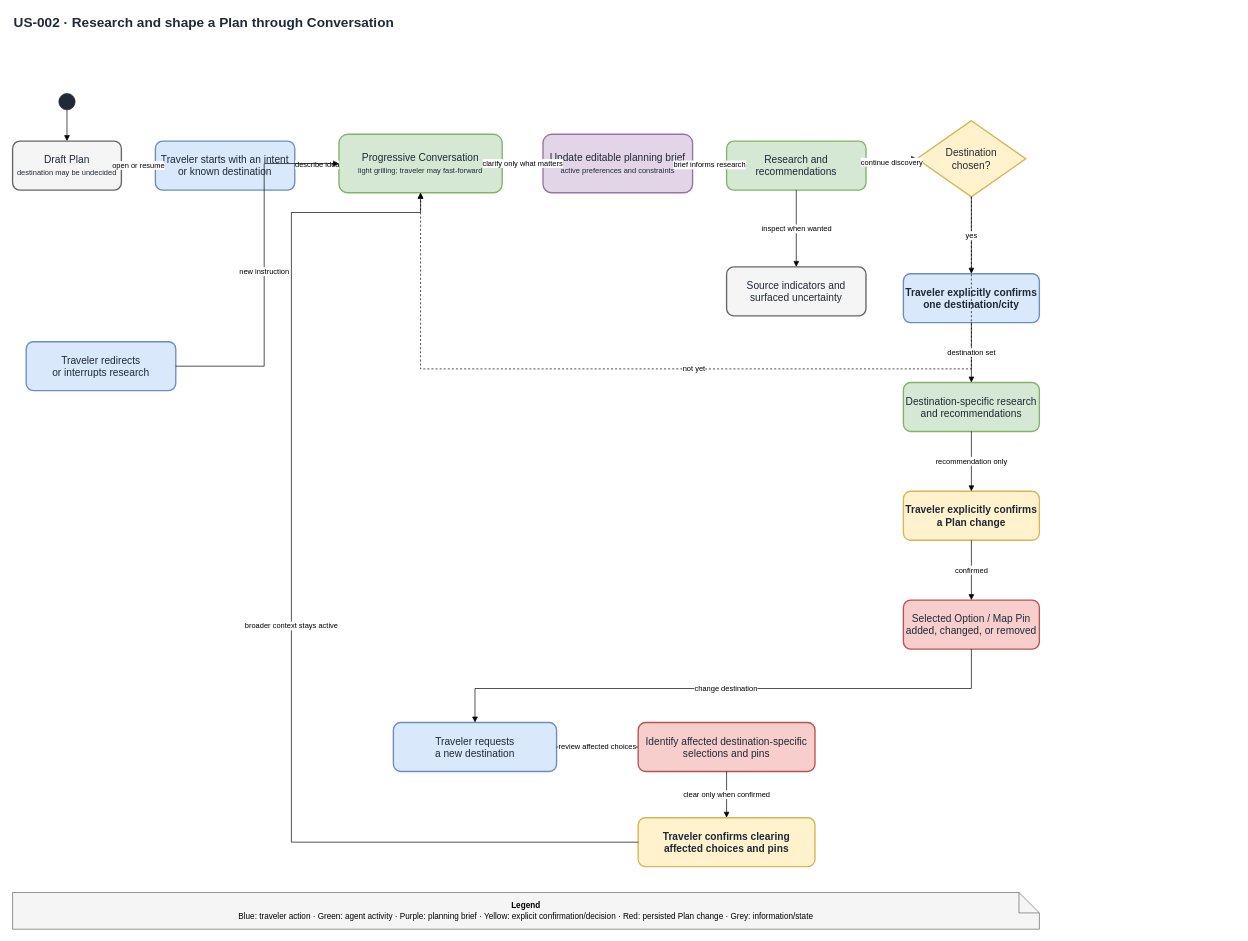
This is docs/user-stories/agentic-plan-research/agentic-plan-flow.drawio from Merthadam/travella, a draw.io file, before an edit. Source tidied: cells renumbered, new cells numbered last; positions are measured from the earlier drawing's top-left corner, leaving out a move shared by most shapes. Both pictures are drawn from the tidied source at 68%, with x=0, y=0 at pixel (12, 12).
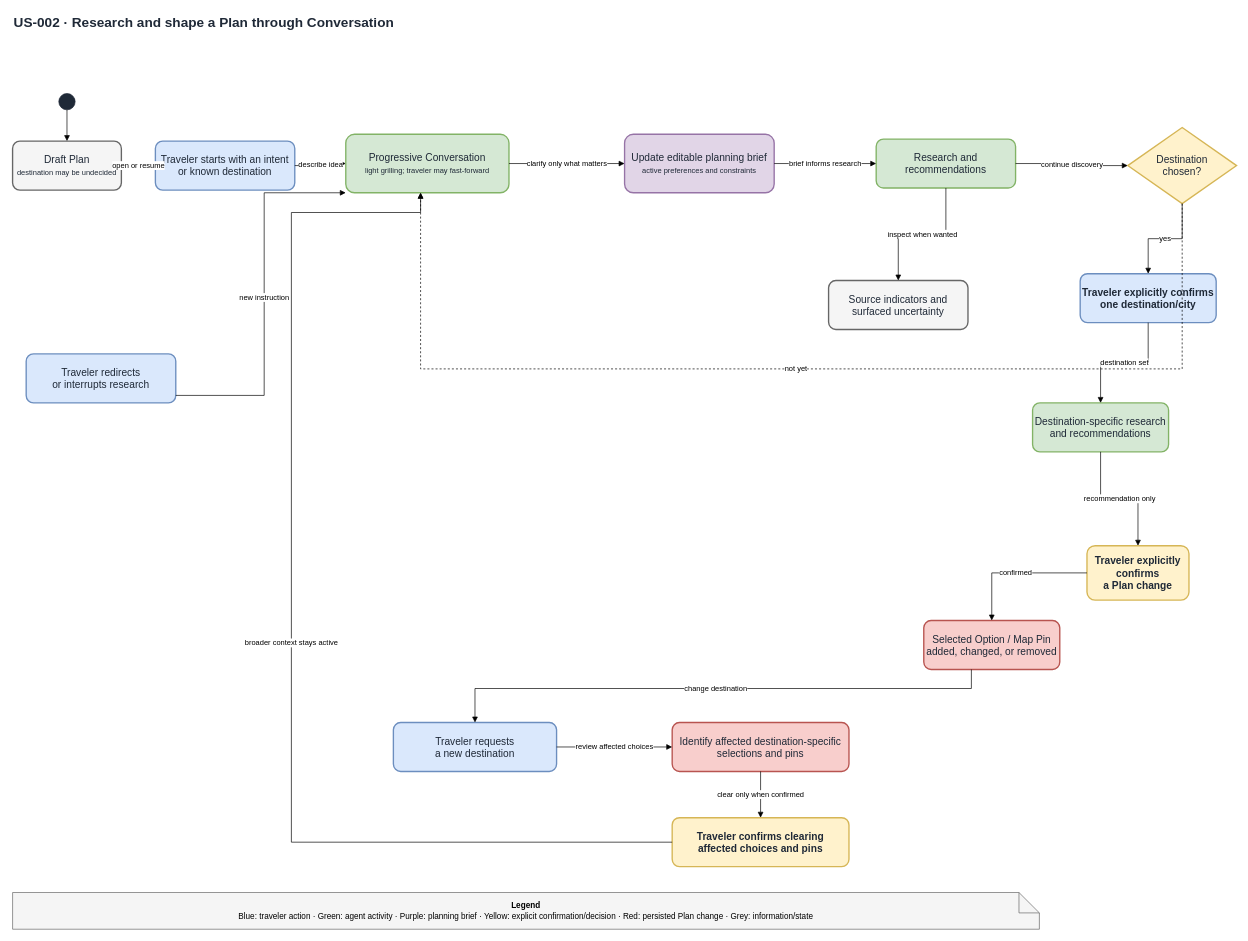
After the change.

Commit message (it also covers changes not shown here):
docs: update agentic plan flow

Diff of the diagram source:
```diff
@@
     <mxCell id="6" value="Progressive Conversation&lt;br&gt;&lt;font style=&quot;font-size:11px&quot;&gt;light grilling; traveler may fast-forward&lt;/font&gt;" style="rounded=1;whiteSpace=wrap;html=1;fillColor=#d5e8d4;strokeColor=#82b366;strokeWidth=2;fontColor=#1f2937;fontSize=15;" parent="1" vertex="1">
-      <mxGeometry x="480" y="180" width="240" height="86" as="geometry" />
+      <mxGeometry x="490" y="180" width="240" height="86" as="geometry" />
     </mxCell>
     <mxCell id="7" value="Update editable planning brief&lt;br&gt;&lt;font style=&quot;font-size:11px&quot;&gt;active preferences and constraints&lt;/font&gt;" style="rounded=1;whiteSpace=wrap;html=1;fillColor=#e1d5e7;strokeColor=#9673a6;strokeWidth=2;fontColor=#1f2937;fontSize=15;" parent="1" vertex="1">
-      <mxGeometry x="780" y="180" width="220" height="86" as="geometry" />
+      <mxGeometry x="900" y="180" width="220" height="86" as="geometry" />
     </mxCell>
     <mxCell id="8" value="Research and recommendations" style="rounded=1;whiteSpace=wrap;html=1;fillColor=#d5e8d4;strokeColor=#82b366;strokeWidth=2;fontColor=#1f2937;fontSize=15;" parent="1" vertex="1">
-      <mxGeometry x="1050" y="190" width="205" height="72" as="geometry" />
+      <mxGeometry x="1270" y="187" width="205" height="72" as="geometry" />
     </mxCell>
     <mxCell id="9" value="Source indicators and&lt;br&gt;surfaced uncertainty" style="rounded=1;whiteSpace=wrap;html=1;fillColor=#f5f5f5;strokeColor=#666666;strokeWidth=2;fontColor=#1f2937;fontSize=15;" parent="1" vertex="1">
-      <mxGeometry x="1050" y="375" width="205" height="72" as="geometry" />
+      <mxGeometry x="1200" y="395" width="205" height="72" as="geometry" />
     </mxCell>
     <mxCell id="10" value="Destination&lt;br&gt;chosen?" style="rhombus;whiteSpace=wrap;html=1;fillColor=#fff2cc;strokeColor=#d6b656;strokeWidth=2;fontColor=#1f2937;fontSize=15;" parent="1" vertex="1">
-      <mxGeometry x="1330" y="160" width="160" height="112" as="geometry" />
+      <mxGeometry x="1640" y="170" width="160" height="112" as="geometry" />
     </mxCell>
     <mxCell id="11" value="Traveler explicitly confirms&lt;br&gt;one destination/city" style="rounded=1;whiteSpace=wrap;html=1;fillColor=#dae8fc;strokeColor=#6c8ebf;strokeWidth=2;fontStyle=1;fontColor=#1f2937;fontSize=15;" parent="1" vertex="1">
-      <mxGeometry x="1310" y="385" width="200" height="72" as="geometry" />
+      <mxGeometry x="1570" y="385" width="200" height="72" as="geometry" />
     </mxCell>
     <mxCell id="12" value="Destination-specific research&lt;br&gt;and recommendations" style="rounded=1;whiteSpace=wrap;html=1;fillColor=#d5e8d4;strokeColor=#82b366;strokeWidth=2;fontColor=#1f2937;fontSize=15;" parent="1" vertex="1">
-      <mxGeometry x="1310" y="545" width="200" height="72" as="geometry" />
+      <mxGeometry x="1500" y="575" width="200" height="72" as="geometry" />
     </mxCell>
     <mxCell id="13" value="Traveler explicitly confirms&lt;br&gt;a Plan change" style="rounded=1;whiteSpace=wrap;html=1;fillColor=#fff2cc;strokeColor=#d6b656;strokeWidth=2;fontStyle=1;fontColor=#1f2937;fontSize=15;" parent="1" vertex="1">
-      <mxGeometry x="1310" y="705" width="200" height="72" as="geometry" />
+      <mxGeometry x="1580" y="785" width="150" height="80" as="geometry" />
     </mxCell>
     <mxCell id="14" value="Selected Option / Map Pin&lt;br&gt;added, changed, or removed" style="rounded=1;whiteSpace=wrap;html=1;fillColor=#f8cecc;strokeColor=#b85450;strokeWidth=2;fontColor=#1f2937;fontSize=15;" parent="1" vertex="1">
-      <mxGeometry x="1310" y="865" width="200" height="72" as="geometry" />
+      <mxGeometry x="1340" y="895" width="200" height="72" as="geometry" />
     </mxCell>
     <mxCell id="15" value="Traveler redirects&lt;br&gt;or interrupts research" style="rounded=1;whiteSpace=wrap;html=1;fillColor=#dae8fc;strokeColor=#6c8ebf;strokeWidth=2;fontColor=#1f2937;fontSize=15;" parent="1" vertex="1">
-      <mxGeometry x="20" y="485" width="220" height="72" as="geometry" />
+      <mxGeometry x="20" y="503" width="220" height="72" as="geometry" />
     </mxCell>
@@
     <mxCell id="17" value="Identify affected destination-specific&lt;br&gt;selections and pins" style="rounded=1;whiteSpace=wrap;html=1;fillColor=#f8cecc;strokeColor=#b85450;strokeWidth=2;fontColor=#1f2937;fontSize=15;" parent="1" vertex="1">
-      <mxGeometry x="920" y="1045" width="260" height="72" as="geometry" />
+      <mxGeometry x="970" y="1045" width="260" height="72" as="geometry" />
     </mxCell>
     <mxCell id="18" value="Traveler confirms clearing&lt;br&gt;affected choices and pins" style="rounded=1;whiteSpace=wrap;html=1;fillColor=#fff2cc;strokeColor=#d6b656;strokeWidth=2;fontStyle=1;fontColor=#1f2937;fontSize=15;" parent="1" vertex="1">
-      <mxGeometry x="920" y="1185" width="260" height="72" as="geometry" />
+      <mxGeometry x="970" y="1185" width="260" height="72" as="geometry" />
     </mxCell>
@@
-    <mxCell id="32" value="new instruction" style="edgeStyle=orthogonalEdgeStyle;rounded=0;endArrow=block;html=1;labelBackgroundColor=#ffffff;fontSize=11;" parent="1" edge="1" source="15" target="6">
+    <mxCell id="32" value="new instruction" style="edgeStyle=orthogonalEdgeStyle;rounded=0;endArrow=block;html=1;labelBackgroundColor=#ffffff;fontSize=11;" parent="1" edge="1">
       <mxGeometry relative="1" as="geometry">
+        <mxPoint x="240" y="564" as="sourcePoint" />
+        <mxPoint x="490" y="266" as="targetPoint" />
         <Array as="points">
-          <mxPoint x="370" y="521" />
-          <mxPoint x="370" y="223" />
+          <mxPoint x="370" y="564" />
+          <mxPoint x="370" y="266" />
         </Array>
       </mxGeometry>
     </mxCell>
```
